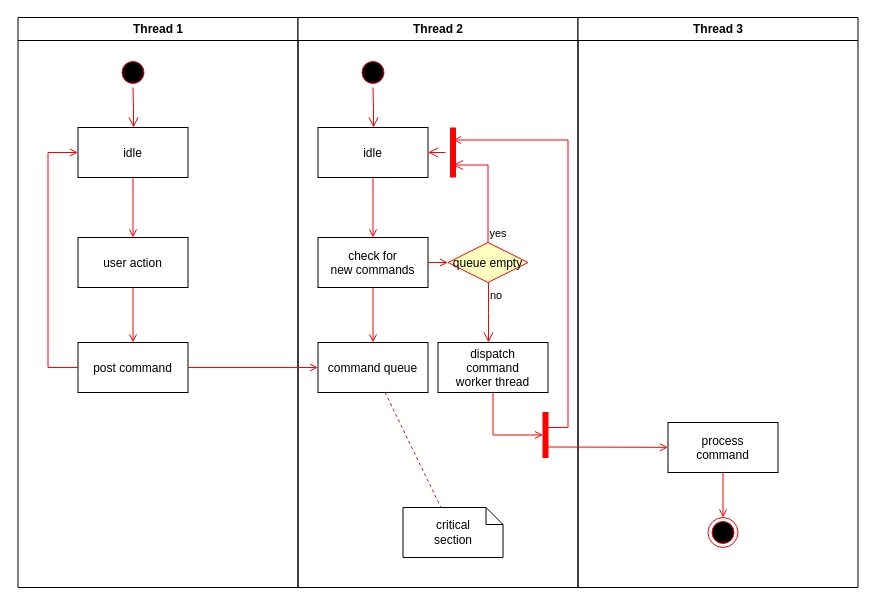
This is Diagramme sans nom.drawio from mxou-954/BruteForcer, a draw.io file, before an edit. Source tidied: cells renumbered, new cells numbered last; positions are measured from the earlier drawing's top-left corner, leaving out a move shared by most shapes. Both pictures are drawn from the tidied source at 100%, with x=0, y=0 at pixel (17, 17).
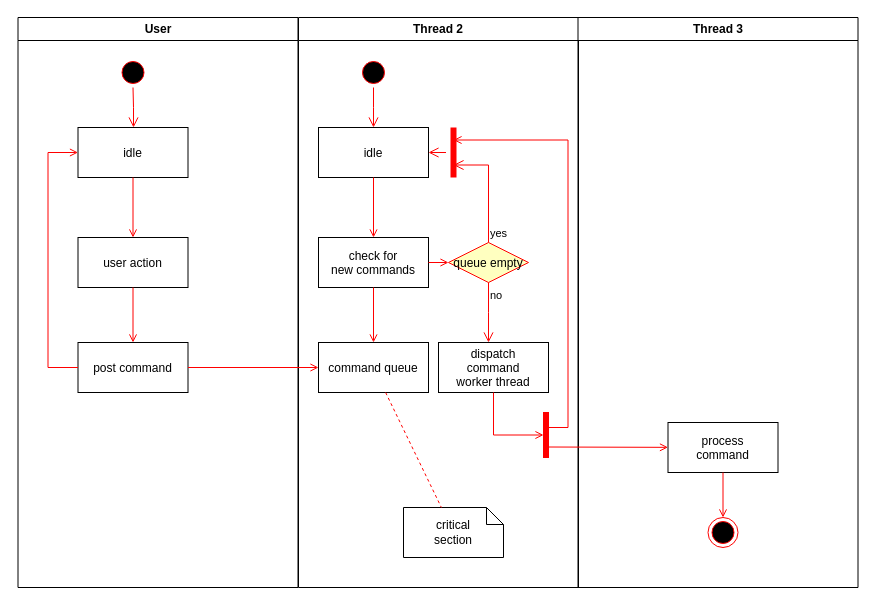
The same diagram, later.

Commit message:
Mettre à jour Diagramme sans nom.drawio

Change to the diagram source:
```diff
@@
-    <mxCell id="2" value="Thread 1" style="swimlane;whiteSpace=wrap;" parent="1" vertex="1">
+    <mxCell id="2" value="User" style="swimlane;whiteSpace=wrap;" parent="1" vertex="1">
       <mxGeometry x="0.5" width="280" height="570" as="geometry" />
     </mxCell>
@@
     <mxCell id="11" value="Thread 2" style="swimlane;whiteSpace=wrap;" parent="1" vertex="1">
-      <mxGeometry x="280.5" width="280" height="570" as="geometry" />
+      <mxGeometry x="281" width="280" height="570" as="geometry" />
     </mxCell>
```
